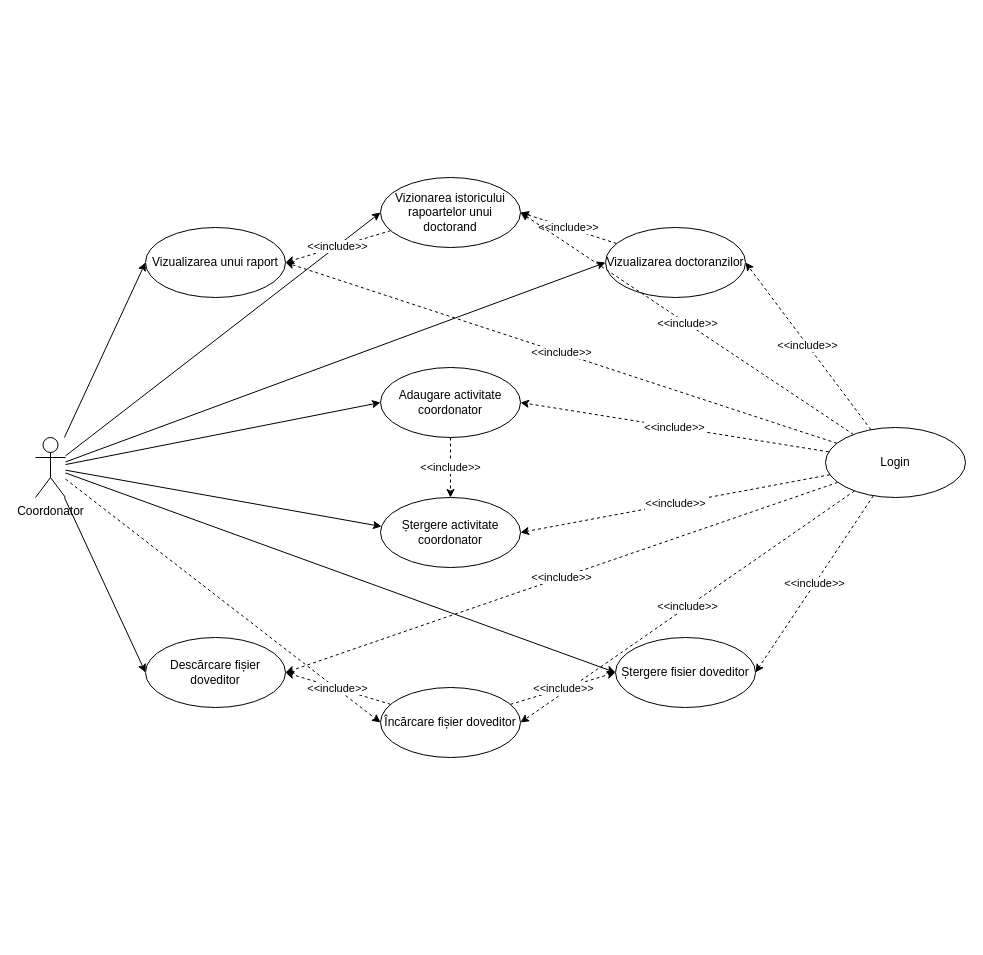
Above: page "coordinator use-case" (6 of 7) of files/diagrams.drawio in valentin-stamate/dashboard-activitatie-academica (draw.io), before the change. Source tidied: cells renumbered, new cells numbered last; positions are measured from the earlier drawing's top-left corner, leaving out a move shared by most shapes. Both pictures are drawn from the tidied source at 100%, with x=0, y=0 at pixel (35, 177).
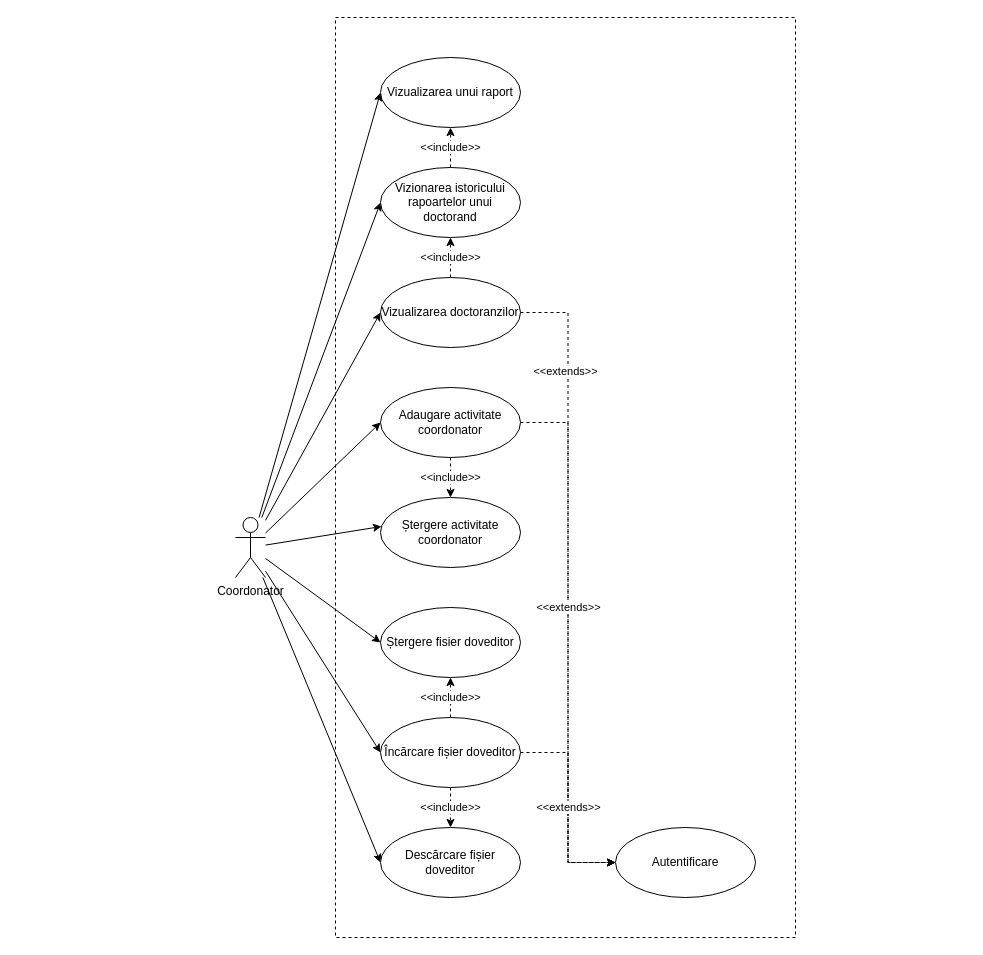
The same diagram, later.

Unchanged cells that the change refers to:
```xml
<mxCell id="27" value="Ștergere activitate coordonator" style="ellipse;whiteSpace=wrap;html=1;" parent="1" vertex="1">
  <mxGeometry x="345" y="320" width="140" height="70" as="geometry" />
</mxCell>
```

Change to the diagram source:
```diff
@@
-    <mxCell id="9" style="edgeStyle=none;rounded=0;jettySize=auto;html=1;entryX=0;entryY=0.5;entryDx=0;entryDy=0;dashed=1;" parent="1" edge="1" source="10" target="30">
+    <mxCell id="9" style="edgeStyle=none;rounded=0;jettySize=auto;html=1;entryX=0;entryY=0.5;entryDx=0;entryDy=0;" parent="1" edge="1" source="10" target="30">
       <mxGeometry relative="1" as="geometry" />
     </mxCell>
     <mxCell id="10" value="Coordonator" style="shape=umlActor;html=1;verticalLabelPosition=bottom;verticalAlign=top;align=center;" parent="1" vertex="1">
-      <mxGeometry y="260" width="30" height="60" as="geometry" />
+      <mxGeometry x="200" y="340" width="30" height="60" as="geometry" />
     </mxCell>
-    <mxCell id="11" value="&amp;lt;&amp;lt;include&amp;gt;&amp;gt;" style="edgeStyle=none;rounded=0;jettySize=auto;html=1;entryX=1;entryY=0.5;entryDx=0;entryDy=0;dashed=1;" parent="1" edge="1" source="12" target="26">
+    <mxCell id="11" value="&amp;lt;&amp;lt;include&amp;gt;&amp;gt;" style="edgeStyle=none;rounded=0;jettySize=auto;html=1;entryX=0.5;entryY=1;entryDx=0;entryDy=0;dashed=1;" parent="1" edge="1" source="12" target="26">
       <mxGeometry relative="1" as="geometry" />
     </mxCell>
     <mxCell id="12" value="Vizionarea istoricului rapoartelor unui doctorand" style="ellipse;whiteSpace=wrap;html=1;" parent="1" vertex="1">
-      <mxGeometry x="345" width="140" height="70" as="geometry" />
+      <mxGeometry x="345" y="-10" width="140" height="70" as="geometry" />
     </mxCell>
-    <mxCell id="13" value="&amp;lt;&amp;lt;include&amp;gt;&amp;gt;" style="edgeStyle=none;rounded=0;jettySize=auto;html=1;entryX=1;entryY=0.5;entryDx=0;entryDy=0;dashed=1;" parent="1" edge="1" source="14" target="12">
+    <mxCell id="13" value="&amp;lt;&amp;lt;include&amp;gt;&amp;gt;" style="edgeStyle=none;rounded=0;jettySize=auto;html=1;entryX=0.5;entryY=1;entryDx=0;entryDy=0;dashed=1;" parent="1" edge="1" source="14" target="12">
       <mxGeometry relative="1" as="geometry" />
     </mxCell>
+    <mxCell id="33" style="edgeStyle=orthogonalEdgeStyle;rounded=0;jettySize=auto;html=1;dashed=1;entryX=0;entryY=0.5;entryDx=0;entryDy=0;" parent="1" edge="1" source="14" target="25">
+      <mxGeometry relative="1" as="geometry" />
+    </mxCell>
+    <mxCell id="34" value="&amp;lt;&amp;lt;extends&amp;gt;&amp;gt;" style="edgeLabel;html=1;align=center;verticalAlign=middle;" parent="33" vertex="1">
+      <mxGeometry x="-0.67" y="-3" relative="1" as="geometry" />
+    </mxCell>
     <mxCell id="14" value="Vizualizarea doctoranzilor" style="ellipse;whiteSpace=wrap;html=1;" parent="1" vertex="1">
-      <mxGeometry x="570" y="50" width="140" height="70" as="geometry" />
+      <mxGeometry x="345" y="100" width="140" height="70" as="geometry" />
     </mxCell>
@@
+    <mxCell id="35" style="edgeStyle=orthogonalEdgeStyle;rounded=0;jettySize=auto;html=1;dashed=1;entryX=0;entryY=0.5;entryDx=0;entryDy=0;" parent="1" edge="1" source="16" target="25">
+      <mxGeometry relative="1" as="geometry" />
+    </mxCell>
+    <mxCell id="36" value="&amp;lt;&amp;lt;extends&amp;gt;&amp;gt;" style="edgeLabel;html=1;align=center;verticalAlign=middle;" parent="35" vertex="1">
+      <mxGeometry x="-0.19" relative="1" as="geometry">
+        <mxPoint y="15" as="offset" />
+      </mxGeometry>
+    </mxCell>
     <mxCell id="16" value="Adaugare activitate coordonator" style="ellipse;whiteSpace=wrap;html=1;" parent="1" vertex="1">
-      <mxGeometry x="345" y="190" width="140" height="70" as="geometry" />
+      <mxGeometry x="345" y="210" width="140" height="70" as="geometry" />
     </mxCell>
-    <mxCell id="17" value="&amp;lt;&amp;lt;include&amp;gt;&amp;gt;" style="edgeStyle=none;rounded=0;jettySize=auto;html=1;entryX=1;entryY=0.5;entryDx=0;entryDy=0;dashed=1;" parent="1" edge="1" source="25" target="14">
-      <mxGeometry relative="1" as="geometry" />
-    </mxCell>
-    <mxCell id="18" value="&amp;lt;&amp;lt;include&amp;gt;&amp;gt;" style="edgeStyle=none;rounded=0;jettySize=auto;html=1;entryX=1;entryY=0.5;entryDx=0;entryDy=0;dashed=1;" parent="1" edge="1" source="25" target="12">
-      <mxGeometry relative="1" as="geometry" />
-    </mxCell>
-    <mxCell id="19" value="&amp;lt;&amp;lt;include&amp;gt;&amp;gt;" style="edgeStyle=none;rounded=0;jettySize=auto;html=1;entryX=1;entryY=0.5;entryDx=0;entryDy=0;dashed=1;" parent="1" edge="1" source="25" target="26">
-      <mxGeometry relative="1" as="geometry" />
-    </mxCell>
-    <mxCell id="20" value="&amp;lt;&amp;lt;include&amp;gt;&amp;gt;" style="edgeStyle=none;rounded=0;jettySize=auto;html=1;entryX=1;entryY=0.5;entryDx=0;entryDy=0;dashed=1;" parent="1" edge="1" source="25" target="16">
-      <mxGeometry relative="1" as="geometry" />
-    </mxCell>
-    <mxCell id="21" value="&amp;lt;&amp;lt;include&amp;gt;&amp;gt;" style="edgeStyle=none;rounded=0;jettySize=auto;html=1;entryX=1;entryY=0.5;entryDx=0;entryDy=0;dashed=1;" parent="1" edge="1" source="25" target="27">
-      <mxGeometry relative="1" as="geometry" />
-    </mxCell>
-    <mxCell id="22" value="&amp;lt;&amp;lt;include&amp;gt;&amp;gt;" style="edgeStyle=none;rounded=0;jettySize=auto;html=1;entryX=1;entryY=0.5;entryDx=0;entryDy=0;dashed=1;" parent="1" edge="1" source="25" target="30">
-      <mxGeometry relative="1" as="geometry" />
-    </mxCell>
-    <mxCell id="23" value="&amp;lt;&amp;lt;include&amp;gt;&amp;gt;" style="edgeStyle=none;rounded=0;jettySize=auto;html=1;entryX=1;entryY=0.5;entryDx=0;entryDy=0;dashed=1;" parent="1" edge="1" source="25" target="31">
-      <mxGeometry relative="1" as="geometry" />
-    </mxCell>
-    <mxCell id="24" value="&amp;lt;&amp;lt;include&amp;gt;&amp;gt;" style="edgeStyle=none;rounded=0;jettySize=auto;html=1;entryX=1;entryY=0.5;entryDx=0;entryDy=0;dashed=1;" parent="1" edge="1" source="25" target="32">
-      <mxGeometry relative="1" as="geometry" />
-    </mxCell>
-    <mxCell id="25" value="Login" style="ellipse;whiteSpace=wrap;html=1;" parent="1" vertex="1">
-      <mxGeometry x="790" y="250" width="140" height="70" as="geometry" />
+    <mxCell id="25" value="Autentificare" style="ellipse;whiteSpace=wrap;html=1;" parent="1" vertex="1">
+      <mxGeometry x="580" y="650" width="140" height="70" as="geometry" />
     </mxCell>
     <mxCell id="26" value="Vizualizarea unui raport" style="ellipse;whiteSpace=wrap;html=1;" parent="1" vertex="1">
-      <mxGeometry x="110" y="50" width="140" height="70" as="geometry" />
+      <mxGeometry x="345" y="-120" width="140" height="70" as="geometry" />
     </mxCell>
@@
-    <mxCell id="28" value="&amp;lt;&amp;lt;include&amp;gt;&amp;gt;" style="edgeStyle=none;rounded=0;jettySize=auto;html=1;entryX=0;entryY=0.5;entryDx=0;entryDy=0;dashed=1;" parent="1" edge="1" source="30" target="31">
+    <mxCell id="28" value="&amp;lt;&amp;lt;include&amp;gt;&amp;gt;" style="edgeStyle=none;rounded=0;jettySize=auto;html=1;entryX=0.5;entryY=1;entryDx=0;entryDy=0;dashed=1;" parent="1" edge="1" source="30" target="31">
       <mxGeometry relative="1" as="geometry" />
     </mxCell>
-    <mxCell id="29" value="&amp;lt;&amp;lt;include&amp;gt;&amp;gt;" style="edgeStyle=none;rounded=0;jettySize=auto;html=1;entryX=1;entryY=0.5;entryDx=0;entryDy=0;dashed=1;" parent="1" edge="1" source="30" target="32">
+    <mxCell id="29" value="&amp;lt;&amp;lt;include&amp;gt;&amp;gt;" style="edgeStyle=none;rounded=0;jettySize=auto;html=1;entryX=0.5;entryY=0;entryDx=0;entryDy=0;dashed=1;" parent="1" edge="1" source="30" target="32">
       <mxGeometry relative="1" as="geometry" />
     </mxCell>
+    <mxCell id="37" style="edgeStyle=orthogonalEdgeStyle;rounded=0;jettySize=auto;html=1;dashed=1;entryX=0;entryY=0.5;entryDx=0;entryDy=0;" parent="1" edge="1" source="30" target="25">
+      <mxGeometry relative="1" as="geometry" />
+    </mxCell>
+    <mxCell id="38" value="&amp;lt;&amp;lt;extends&amp;gt;&amp;gt;" style="edgeLabel;html=1;align=center;verticalAlign=middle;" parent="37" vertex="1">
+      <mxGeometry x="0.11" relative="1" as="geometry">
+        <mxPoint y="-12" as="offset" />
+      </mxGeometry>
+    </mxCell>
     <mxCell id="30" value="Încărcare fișier doveditor" style="ellipse;whiteSpace=wrap;html=1;" parent="1" vertex="1">
-      <mxGeometry x="345" y="510" width="140" height="70" as="geometry" />
+      <mxGeometry x="345" y="540" width="140" height="70" as="geometry" />
     </mxCell>
     <mxCell id="31" value="Ștergere fisier doveditor" style="ellipse;whiteSpace=wrap;html=1;" parent="1" vertex="1">
-      <mxGeometry x="580" y="460" width="140" height="70" as="geometry" />
+      <mxGeometry x="345" y="430" width="140" height="70" as="geometry" />
     </mxCell>
     <mxCell id="32" value="Descărcare fișier doveditor" style="ellipse;whiteSpace=wrap;html=1;" parent="1" vertex="1">
-      <mxGeometry x="110" y="460" width="140" height="70" as="geometry" />
+      <mxGeometry x="345" y="650" width="140" height="70" as="geometry" />
     </mxCell>
+    <mxCell id="39" style="rounded=0;whiteSpace=wrap;html=1;fillColor=none;dashed=1;" parent="1" vertex="1">
+      <mxGeometry x="300" y="-160" width="460" height="920" as="geometry" />
+    </mxCell>
```
